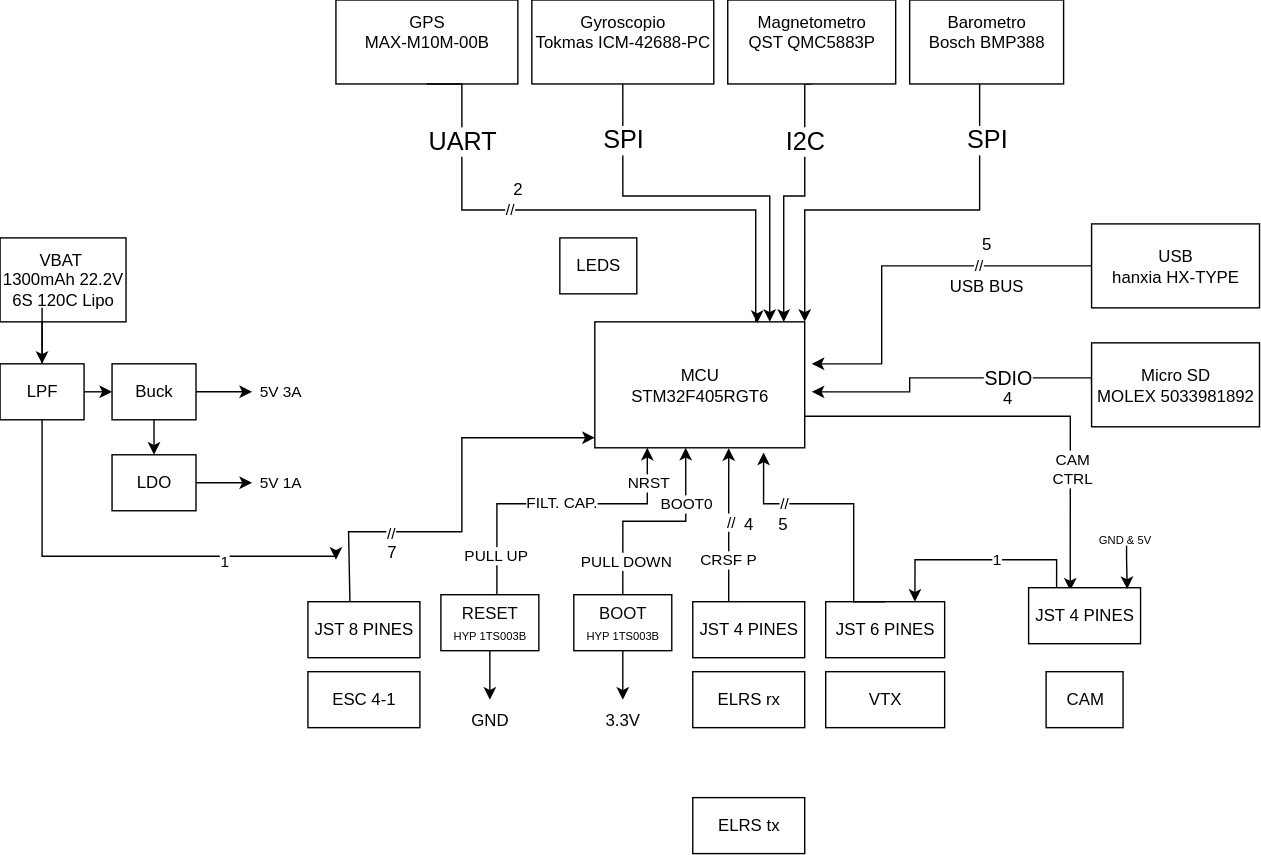
Earlier version of the draw.io export Diagrama de bloques FC Dron.drawio.svg (Lucas-el-pato/FC-DRON-P3). Source tidied: cells renumbered, new cells last; positions are measured from the earlier drawing's top-left corner, leaving out a move shared by most shapes.
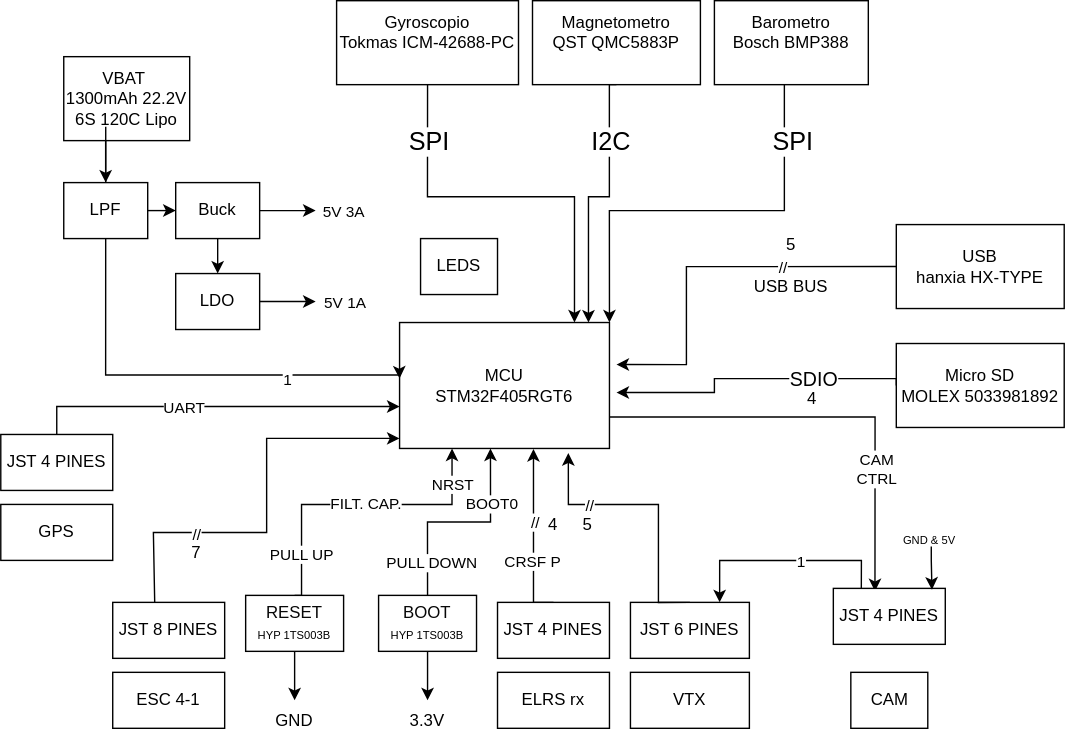
The same file after the commit.

What changed in the source:
```diff
@@ -59,28 +59,6 @@
     <mxCell id="13" value="&lt;font style=&quot;font-size: 18px;&quot;&gt;SPI&lt;/font&gt;" style="edgeLabel;html=1;align=center;verticalAlign=middle;" parent="1" vertex="1">
       <mxGeometry x="705" y="100" as="geometry" />
     </mxCell>
-    <mxCell id="14" value="&lt;div&gt;&lt;font&gt;&lt;div style=&quot;&quot;&gt;&lt;font style=&quot;color: light-dark(rgb(0, 0, 0), rgb(3, 3, 3));&quot;&gt;GPS&lt;/font&gt;&lt;/div&gt;&lt;div style=&quot;&quot;&gt;&lt;font style=&quot;color: light-dark(rgb(0, 0, 0), rgb(3, 3, 3));&quot;&gt;MAX-M10M-00B&lt;/font&gt;&lt;/div&gt;&lt;div style=&quot;color: light-dark(rgb(0, 0, 0), rgb(237, 237, 237));&quot;&gt;&lt;br&gt;&lt;/div&gt;&lt;/font&gt;&lt;/div&gt;" style="rounded=0;whiteSpace=wrap;html=1;fillColor=light-dark(#FFFFFF,#00FF21);" parent="1" vertex="1">
-      <mxGeometry x="240" width="130" height="60" as="geometry" />
-    </mxCell>
-    <mxCell id="15" style="edgeStyle=orthogonalEdgeStyle;rounded=0;jettySize=auto;html=1;exitX=0.5;exitY=1;exitDx=0;exitDy=0;entryX=0.774;entryY=0.009;entryDx=0;entryDy=0;entryPerimeter=0;" parent="1" edge="1" source="14" target="4">
-      <mxGeometry relative="1" as="geometry">
-        <Array as="points">
-          <mxPoint x="330" y="60" />
-          <mxPoint x="330" y="150" />
-          <mxPoint x="540" y="150" />
-          <mxPoint x="540" y="229" />
-          <mxPoint x="541" y="229" />
-        </Array>
-      </mxGeometry>
-    </mxCell>
-    <mxCell id="16" value="&lt;font style=&quot;font-size: 18px;&quot;&gt;UART&lt;/font&gt;" style="edgeLabel;html=1;align=center;verticalAlign=middle;" parent="15" vertex="1">
-      <mxGeometry x="-0.67" relative="1" as="geometry">
-        <mxPoint y="-1" as="offset" />
-      </mxGeometry>
-    </mxCell>
-    <mxCell id="17" value="//" style="edgeLabel;html=1;align=center;verticalAlign=middle;" parent="15" vertex="1">
-      <mxGeometry x="-0.27" relative="1" as="geometry" />
-    </mxCell>
     <mxCell id="18" style="edgeStyle=orthogonalEdgeStyle;rounded=0;jettySize=auto;html=1;exitX=0;exitY=0.5;exitDx=0;exitDy=0;" parent="1" edge="1" source="20">
       <mxGeometry relative="1" as="geometry">
         <mxPoint x="580" y="280" as="targetPoint" />
@@ -126,13 +104,13 @@
     <mxCell id="26" style="edgeStyle=orthogonalEdgeStyle;rounded=0;jettySize=auto;html=1;entryX=0.5;entryY=0;entryDx=0;entryDy=0;" parent="1" edge="1" source="27" target="65">
       <mxGeometry relative="1" as="geometry">
         <Array as="points">
-          <mxPoint x="30" y="250" />
-          <mxPoint x="30" y="250" />
+          <mxPoint x="215" y="120" />
+          <mxPoint x="215" y="120" />
         </Array>
       </mxGeometry>
     </mxCell>
     <mxCell id="27" value="VBAT&amp;nbsp;&lt;div&gt;&lt;span style=&quot;background-color: transparent; color: light-dark(rgb(0, 0, 0), rgb(255, 255, 255));&quot;&gt;1300mAh 22.2V 6S 120C Lipo&lt;/span&gt;&lt;/div&gt;" style="rounded=0;whiteSpace=wrap;html=1;fillColor=light-dark(#FFFFFF,#FF8000);" parent="1" vertex="1">
-      <mxGeometry y="170" width="90" height="60" as="geometry" />
+      <mxGeometry x="185" y="40" width="90" height="60" as="geometry" />
     </mxCell>
     <mxCell id="28" value="&lt;font style=&quot;color: light-dark(rgb(7, 7, 7), rgb(0, 0, 0));&quot;&gt;BOOT&lt;/font&gt;&lt;div&gt;&lt;font style=&quot;&quot;&gt;&lt;font style=&quot;font-size: 8px; color: light-dark(rgb(0, 0, 0), rgb(0, 0, 0));&quot;&gt;HYP 1TS003B&lt;/font&gt;&lt;/font&gt;&lt;/div&gt;" style="rounded=0;whiteSpace=wrap;html=1;fillColor=light-dark(#FFFFFF,#00FFFA);" parent="1" vertex="1">
       <mxGeometry x="410" y="425" width="70" height="40" as="geometry" />
@@ -258,9 +236,6 @@
     <mxCell id="53" value="7" style="text;html=1;whiteSpace=wrap;strokeColor=none;fillColor=none;align=center;verticalAlign=middle;rounded=0;" parent="1" vertex="1">
       <mxGeometry x="250" y="380" width="60" height="30" as="geometry" />
     </mxCell>
-    <mxCell id="54" value="2" style="text;html=1;whiteSpace=wrap;strokeColor=none;fillColor=none;align=center;verticalAlign=middle;rounded=0;" parent="1" vertex="1">
-      <mxGeometry x="340" y="120" width="60" height="30" as="geometry" />
-    </mxCell>
     <mxCell id="55" style="edgeStyle=orthogonalEdgeStyle;rounded=0;jettySize=auto;html=1;exitX=0.25;exitY=0;exitDx=0;exitDy=0;entryX=0.75;entryY=0;entryDx=0;entryDy=0;" parent="1" edge="1" source="57" target="22">
       <mxGeometry relative="1" as="geometry" />
     </mxCell>
@@ -285,14 +260,14 @@
       <mxGeometry x="770" y="370" width="70" height="30" as="geometry" />
     </mxCell>
     <mxCell id="61" value="LEDS" style="whiteSpace=wrap;html=1;" parent="1" vertex="1">
-      <mxGeometry x="400" y="170" width="55" height="40" as="geometry" />
+      <mxGeometry x="440" y="170" width="55" height="40" as="geometry" />
     </mxCell>
     <mxCell id="62" style="edgeStyle=orthogonalEdgeStyle;rounded=0;orthogonalLoop=1;jettySize=auto;html=1;" parent="1" edge="1">
       <mxGeometry relative="1" as="geometry">
-        <mxPoint x="30" y="220" as="sourcePoint" />
-        <mxPoint x="240" y="400" as="targetPoint" />
+        <mxPoint x="215" y="90" as="sourcePoint" />
+        <mxPoint x="425" y="270" as="targetPoint" />
         <Array as="points">
-          <mxPoint x="30" y="397.5" />
+          <mxPoint x="215" y="267.5" />
         </Array>
       </mxGeometry>
     </mxCell>
@@ -303,7 +278,7 @@
       <mxGeometry relative="1" as="geometry" />
     </mxCell>
     <mxCell id="65" value="LPF" style="rounded=0;whiteSpace=wrap;html=1;fillColor=light-dark(#FFFFFF,#FF8000);" parent="1" vertex="1">
-      <mxGeometry y="260" width="60" height="40" as="geometry" />
+      <mxGeometry x="185" y="130" width="60" height="40" as="geometry" />
     </mxCell>
     <mxCell id="66" value="ELRS rx" style="whiteSpace=wrap;html=1;" parent="1" vertex="1">
       <mxGeometry x="495" y="480" width="80" height="40" as="geometry" />
@@ -319,7 +294,7 @@
     </mxCell>
     <mxCell id="70" style="edgeStyle=orthogonalEdgeStyle;rounded=0;jettySize=auto;html=1;" parent="1" edge="1" source="72">
       <mxGeometry relative="1" as="geometry">
-        <mxPoint x="180" y="280" as="targetPoint" />
+        <mxPoint x="365" y="150" as="targetPoint" />
       </mxGeometry>
     </mxCell>
     <mxCell id="71" value="5V 3A" style="edgeLabel;html=1;align=center;verticalAlign=middle;" parent="70" vertex="1">
@@ -328,27 +303,41 @@
       </mxGeometry>
     </mxCell>
     <mxCell id="72" value="Buck" style="rounded=0;whiteSpace=wrap;html=1;fillColor=light-dark(#FFFFFF,#FF8000);" parent="1" vertex="1">
-      <mxGeometry x="80" y="260" width="60" height="40" as="geometry" />
+      <mxGeometry x="265" y="130" width="60" height="40" as="geometry" />
     </mxCell>
-    <mxCell id="73" style="edgeStyle=orthogonalEdgeStyle;rounded=0;jettySize=auto;html=1;" parent="1" edge="1" source="74">
+    <mxCell id="73" style="edgeStyle=orthogonalEdgeStyle;rounded=0;orthogonalLoop=1;jettySize=auto;html=1;" parent="1" edge="1">
       <mxGeometry relative="1" as="geometry">
-        <mxPoint x="180" y="345" as="targetPoint" />
+        <mxPoint x="325" y="215" as="sourcePoint" />
+        <mxPoint x="365" y="215" as="targetPoint" />
       </mxGeometry>
     </mxCell>
     <mxCell id="74" value="LDO" style="rounded=0;whiteSpace=wrap;html=1;fillColor=light-dark(#FFFFFF,#FF8000);" parent="1" vertex="1">
-      <mxGeometry x="80" y="325" width="60" height="40" as="geometry" />
+      <mxGeometry x="265" y="195" width="60" height="40" as="geometry" />
     </mxCell>
     <mxCell id="75" value="5V 1A" style="edgeLabel;html=1;align=center;verticalAlign=middle;" parent="1" vertex="1">
-      <mxGeometry x="200" y="345" as="geometry" />
+      <mxGeometry x="385" y="215" as="geometry" />
     </mxCell>
     <mxCell id="76" style="edgeStyle=orthogonalEdgeStyle;rounded=0;orthogonalLoop=1;jettySize=auto;html=1;entryX=0.5;entryY=0;entryDx=0;entryDy=0;" parent="1" edge="1">
       <mxGeometry relative="1" as="geometry">
-        <mxPoint x="110" y="300" as="sourcePoint" />
-        <mxPoint x="110" y="325" as="targetPoint" />
+        <mxPoint x="295" y="170" as="sourcePoint" />
+        <mxPoint x="295" y="195" as="targetPoint" />
       </mxGeometry>
     </mxCell>
-    <mxCell id="77" value="ELRS tx" style="whiteSpace=wrap;html=1;" parent="1" vertex="1">
-      <mxGeometry x="495" y="570" width="80" height="40" as="geometry" />
-    </mxCell>
+    <mxCell id="78" style="edgeStyle=orthogonalEdgeStyle;rounded=0;jettySize=auto;html=1;exitX=0.5;exitY=0;exitDx=0;exitDy=0;" parent="1" edge="1" source="79" target="4">
+      <mxGeometry relative="1" as="geometry">
+        <Array as="points">
+          <mxPoint x="180" y="290" />
+        </Array>
+      </mxGeometry>
+    </mxCell>
+    <mxCell id="16" value="UART" style="edgeLabel;html=1;align=center;verticalAlign=middle;" parent="78" vertex="1">
+      <mxGeometry x="-0.17" relative="1" as="geometry" />
+    </mxCell>
+    <mxCell id="79" value="&lt;font style=&quot;color: light-dark(rgb(0, 0, 0), rgb(0, 0, 0));&quot;&gt;JST 4 PINES&lt;/font&gt;" style="rounded=0;whiteSpace=wrap;html=1;fillColor=light-dark(#FFFFFF,#00FF80);" parent="1" vertex="1">
+      <mxGeometry x="140" y="310" width="80" height="40" as="geometry" />
+    </mxCell>
+    <mxCell id="80" value="GPS" style="rounded=0;whiteSpace=wrap;html=1;" parent="1" vertex="1">
+      <mxGeometry x="140" y="360" width="80" height="40" as="geometry" />
+    </mxCell>
   </root>
 </mxGraphModel>
```
